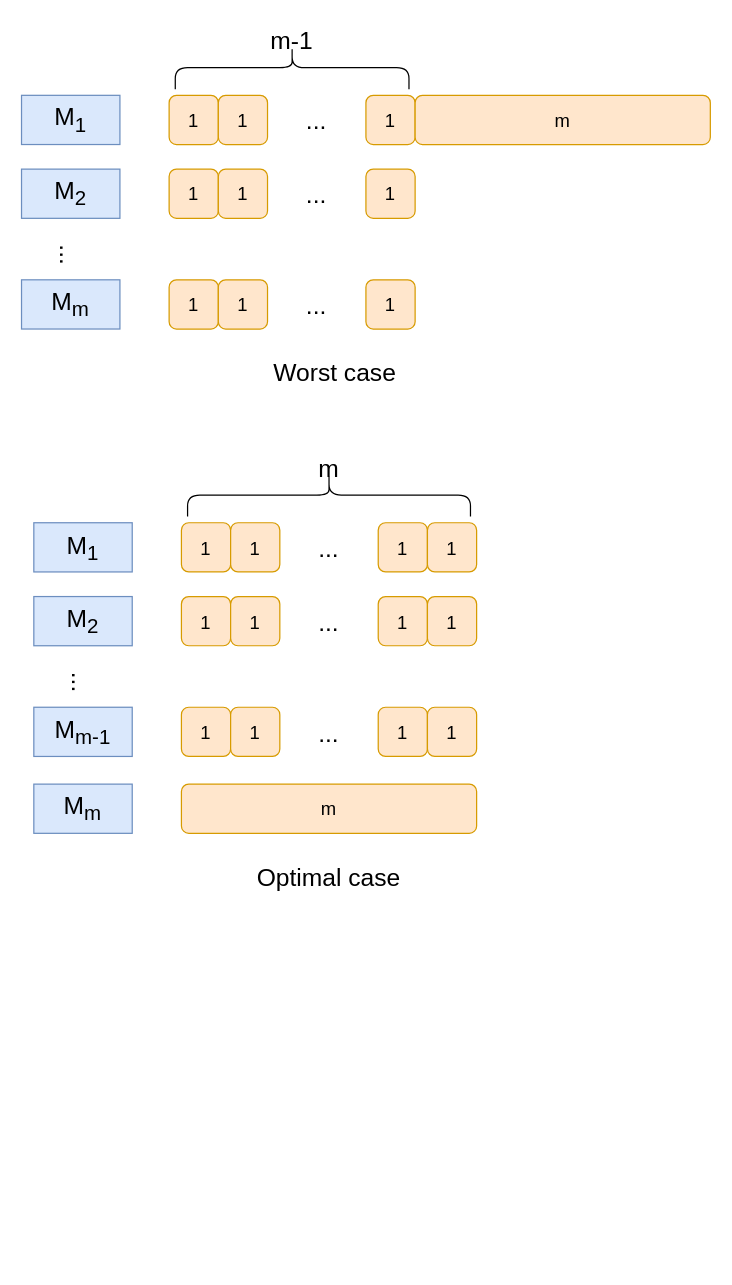
observer426/testForGit keeps this draw.io diagram as 高级算法.drawio. Above is the earlier version. Source tidied: cells renumbered, new cells numbered last; positions are measured from the earlier drawing's top-left corner, leaving out a move shared by most shapes. Both pictures are drawn from the tidied source at 123%, with x=0, y=0 at pixel (21, -50).
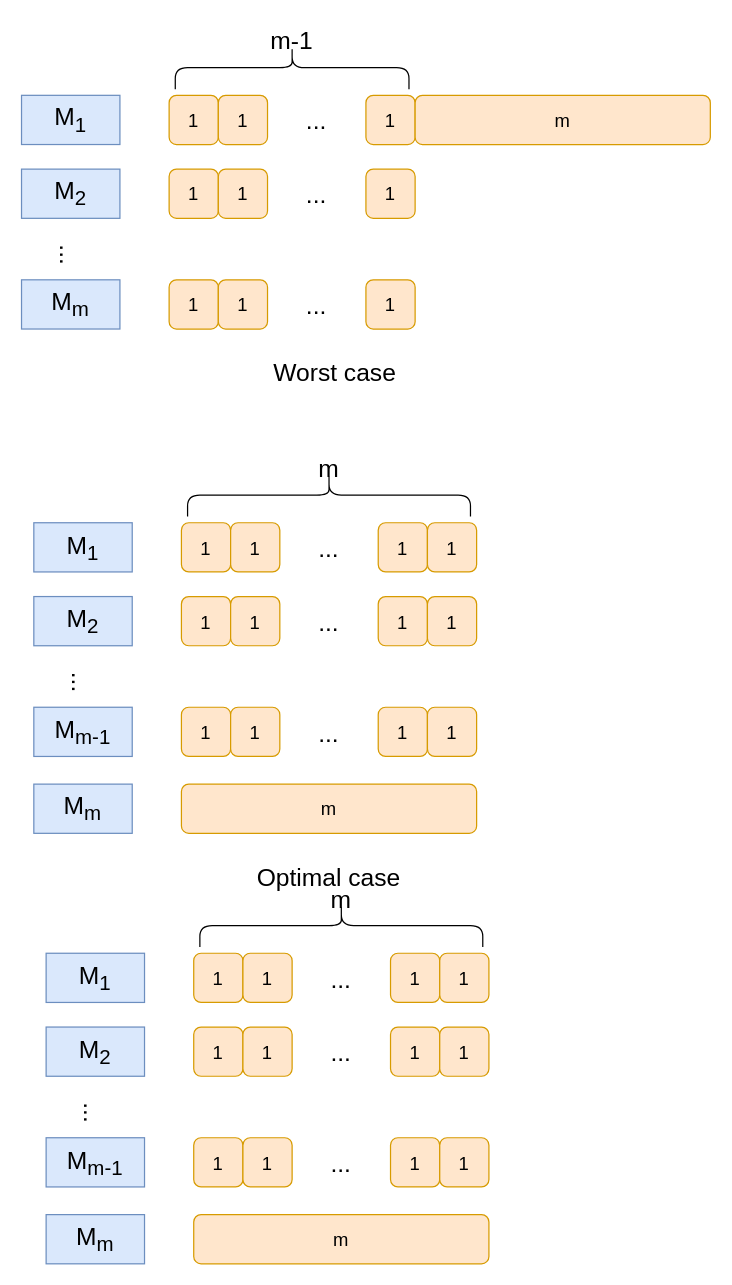
The same page after the edit.

Commit message:
更新高级算法.drawio

What changed in the source:
```diff
@@
+    <mxCell id="46" value="&lt;font style=&quot;font-size: 20px;&quot;&gt;M&lt;sub&gt;1&lt;/sub&gt;&lt;/font&gt;" style="rounded=0;whiteSpace=wrap;html=1;fillColor=#dae8fc;strokeColor=#6c8ebf;" parent="1" vertex="1">
+      <mxGeometry x="20" y="815.5" width="80" height="40" as="geometry" />
+    </mxCell>
+    <mxCell id="47" value="&lt;font style=&quot;font-size: 15px;&quot;&gt;1&lt;/font&gt;" style="rounded=1;whiteSpace=wrap;html=1;fillColor=#ffe6cc;strokeColor=#d79b00;" parent="1" vertex="1">
+      <mxGeometry x="140" y="815.5" width="40" height="40" as="geometry" />
+    </mxCell>
+    <mxCell id="48" value="&lt;font style=&quot;font-size: 15px;&quot;&gt;1&lt;/font&gt;" style="rounded=1;whiteSpace=wrap;html=1;fillColor=#ffe6cc;strokeColor=#d79b00;" parent="1" vertex="1">
+      <mxGeometry x="180" y="815.5" width="40" height="40" as="geometry" />
+    </mxCell>
+    <mxCell id="49" value="&lt;font style=&quot;font-size: 20px;&quot;&gt;...&lt;/font&gt;" style="text;html=1;align=center;verticalAlign=middle;whiteSpace=wrap;rounded=0;" parent="1" vertex="1">
+      <mxGeometry x="230" y="820.5" width="60" height="30" as="geometry" />
+    </mxCell>
+    <mxCell id="50" value="&lt;font style=&quot;font-size: 15px;&quot;&gt;1&lt;/font&gt;" style="rounded=1;whiteSpace=wrap;html=1;fillColor=#ffe6cc;strokeColor=#d79b00;" parent="1" vertex="1">
+      <mxGeometry x="300" y="815.5" width="40" height="40" as="geometry" />
+    </mxCell>
+    <mxCell id="51" style="shape=curlyBracket;whiteSpace=wrap;html=1;rounded=1;labelPosition=left;verticalLabelPosition=middle;align=right;verticalAlign=middle;rotation=90;" parent="1" vertex="1">
+      <mxGeometry x="242.5" y="678" width="35" height="230" as="geometry" />
+    </mxCell>
+    <mxCell id="52" value="&lt;font style=&quot;font-size: 20px;&quot;&gt;m&lt;/font&gt;" style="text;html=1;align=center;verticalAlign=middle;whiteSpace=wrap;rounded=0;" parent="1" vertex="1">
+      <mxGeometry x="230" y="755.5" width="60" height="30" as="geometry" />
+    </mxCell>
+    <mxCell id="53" value="&lt;font style=&quot;font-size: 20px;&quot;&gt;M&lt;sub&gt;2&lt;/sub&gt;&lt;/font&gt;" style="rounded=0;whiteSpace=wrap;html=1;fillColor=#dae8fc;strokeColor=#6c8ebf;" parent="1" vertex="1">
+      <mxGeometry x="20" y="875.5" width="80" height="40" as="geometry" />
+    </mxCell>
+    <mxCell id="54" value="&lt;font style=&quot;font-size: 20px;&quot;&gt;...&lt;/font&gt;" style="text;html=1;align=center;verticalAlign=middle;whiteSpace=wrap;rounded=0;rotation=90;" parent="1" vertex="1">
+      <mxGeometry x="30" y="930.5" width="60" height="30" as="geometry" />
+    </mxCell>
+    <mxCell id="55" value="&lt;font style=&quot;font-size: 20px;&quot;&gt;M&lt;sub&gt;m-1&lt;/sub&gt;&lt;/font&gt;" style="rounded=0;whiteSpace=wrap;html=1;fillColor=#dae8fc;strokeColor=#6c8ebf;" parent="1" vertex="1">
+      <mxGeometry x="20" y="965.5" width="80" height="40" as="geometry" />
+    </mxCell>
+    <mxCell id="56" value="&lt;font style=&quot;font-size: 15px;&quot;&gt;m&lt;/font&gt;" style="rounded=1;whiteSpace=wrap;html=1;fillColor=#ffe6cc;strokeColor=#d79b00;" parent="1" vertex="1">
+      <mxGeometry x="140" y="1028" width="240" height="40" as="geometry" />
+    </mxCell>
+    <mxCell id="57" value="&lt;font style=&quot;font-size: 15px;&quot;&gt;1&lt;/font&gt;" style="rounded=1;whiteSpace=wrap;html=1;fillColor=#ffe6cc;strokeColor=#d79b00;" parent="1" vertex="1">
+      <mxGeometry x="140" y="875.5" width="40" height="40" as="geometry" />
+    </mxCell>
+    <mxCell id="58" value="&lt;font style=&quot;font-size: 15px;&quot;&gt;1&lt;/font&gt;" style="rounded=1;whiteSpace=wrap;html=1;fillColor=#ffe6cc;strokeColor=#d79b00;" parent="1" vertex="1">
+      <mxGeometry x="180" y="875.5" width="40" height="40" as="geometry" />
+    </mxCell>
+    <mxCell id="59" value="&lt;font style=&quot;font-size: 20px;&quot;&gt;...&lt;/font&gt;" style="text;html=1;align=center;verticalAlign=middle;whiteSpace=wrap;rounded=0;" parent="1" vertex="1">
+      <mxGeometry x="230" y="880.5" width="60" height="30" as="geometry" />
+    </mxCell>
+    <mxCell id="60" value="&lt;font style=&quot;font-size: 15px;&quot;&gt;1&lt;/font&gt;" style="rounded=1;whiteSpace=wrap;html=1;fillColor=#ffe6cc;strokeColor=#d79b00;" parent="1" vertex="1">
+      <mxGeometry x="300" y="875.5" width="40" height="40" as="geometry" />
+    </mxCell>
+    <mxCell id="61" value="&lt;font style=&quot;font-size: 15px;&quot;&gt;1&lt;/font&gt;" style="rounded=1;whiteSpace=wrap;html=1;fillColor=#ffe6cc;strokeColor=#d79b00;" parent="1" vertex="1">
+      <mxGeometry x="140" y="965.5" width="40" height="40" as="geometry" />
+    </mxCell>
+    <mxCell id="62" value="&lt;font style=&quot;font-size: 15px;&quot;&gt;1&lt;/font&gt;" style="rounded=1;whiteSpace=wrap;html=1;fillColor=#ffe6cc;strokeColor=#d79b00;" parent="1" vertex="1">
+      <mxGeometry x="180" y="965.5" width="40" height="40" as="geometry" />
+    </mxCell>
+    <mxCell id="63" value="&lt;font style=&quot;font-size: 20px;&quot;&gt;...&lt;/font&gt;" style="text;html=1;align=center;verticalAlign=middle;whiteSpace=wrap;rounded=0;" parent="1" vertex="1">
+      <mxGeometry x="230" y="970.5" width="60" height="30" as="geometry" />
+    </mxCell>
+    <mxCell id="64" value="&lt;font style=&quot;font-size: 15px;&quot;&gt;1&lt;/font&gt;" style="rounded=1;whiteSpace=wrap;html=1;fillColor=#ffe6cc;strokeColor=#d79b00;" parent="1" vertex="1">
+      <mxGeometry x="300" y="965.5" width="40" height="40" as="geometry" />
+    </mxCell>
+    <mxCell id="65" value="&lt;font style=&quot;font-size: 15px;&quot;&gt;1&lt;/font&gt;" style="rounded=1;whiteSpace=wrap;html=1;fillColor=#ffe6cc;strokeColor=#d79b00;" parent="1" vertex="1">
+      <mxGeometry x="340" y="815.5" width="40" height="40" as="geometry" />
+    </mxCell>
+    <mxCell id="66" value="&lt;font style=&quot;font-size: 15px;&quot;&gt;1&lt;/font&gt;" style="rounded=1;whiteSpace=wrap;html=1;fillColor=#ffe6cc;strokeColor=#d79b00;" parent="1" vertex="1">
+      <mxGeometry x="340" y="875.5" width="40" height="40" as="geometry" />
+    </mxCell>
+    <mxCell id="67" value="&lt;font style=&quot;font-size: 15px;&quot;&gt;1&lt;/font&gt;" style="rounded=1;whiteSpace=wrap;html=1;fillColor=#ffe6cc;strokeColor=#d79b00;" parent="1" vertex="1">
+      <mxGeometry x="340" y="965.5" width="40" height="40" as="geometry" />
+    </mxCell>
+    <mxCell id="68" value="&lt;font style=&quot;font-size: 20px;&quot;&gt;M&lt;sub&gt;m&lt;/sub&gt;&lt;/font&gt;" style="rounded=0;whiteSpace=wrap;html=1;fillColor=#dae8fc;strokeColor=#6c8ebf;" parent="1" vertex="1">
+      <mxGeometry x="20" y="1028" width="80" height="40" as="geometry" />
+    </mxCell>
```
